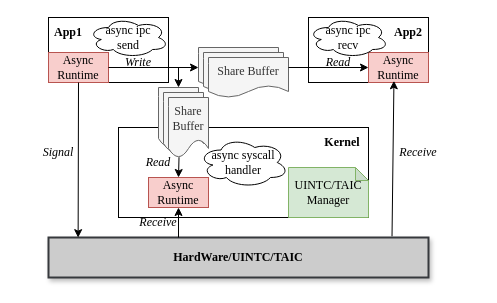
Before: images/ReL4_framework.drawio in oscourse-tsinghua/openingreport-ldhai2023, a draw.io diagram. Source tidied: cells renumbered, new cells numbered last; positions are measured from the earlier drawing's top-left corner, leaving out a move shared by most shapes. Both pictures are drawn from the tidied source at 100%, with x=0, y=0 at pixel (28, 17).
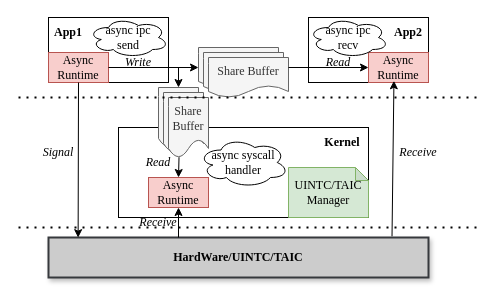
The same diagram, later.

Change to the diagram source:
```diff
@@
+    <mxCell id="35" style="endArrow=none;dashed=1;html=1;dashPattern=1 3;strokeWidth=2;rounded=0;" parent="1" edge="1">
+      <mxGeometry relative="1" as="geometry">
+        <mxPoint x="-10" y="80" as="sourcePoint" />
+        <mxPoint x="450" y="80" as="targetPoint" />
+      </mxGeometry>
+    </mxCell>
+    <mxCell id="36" style="endArrow=none;dashed=1;html=1;dashPattern=1 3;strokeWidth=2;rounded=0;" parent="1" edge="1">
+      <mxGeometry relative="1" as="geometry">
+        <mxPoint x="-10" y="210" as="sourcePoint" />
+        <mxPoint x="450" y="210" as="targetPoint" />
+      </mxGeometry>
+    </mxCell>
```
